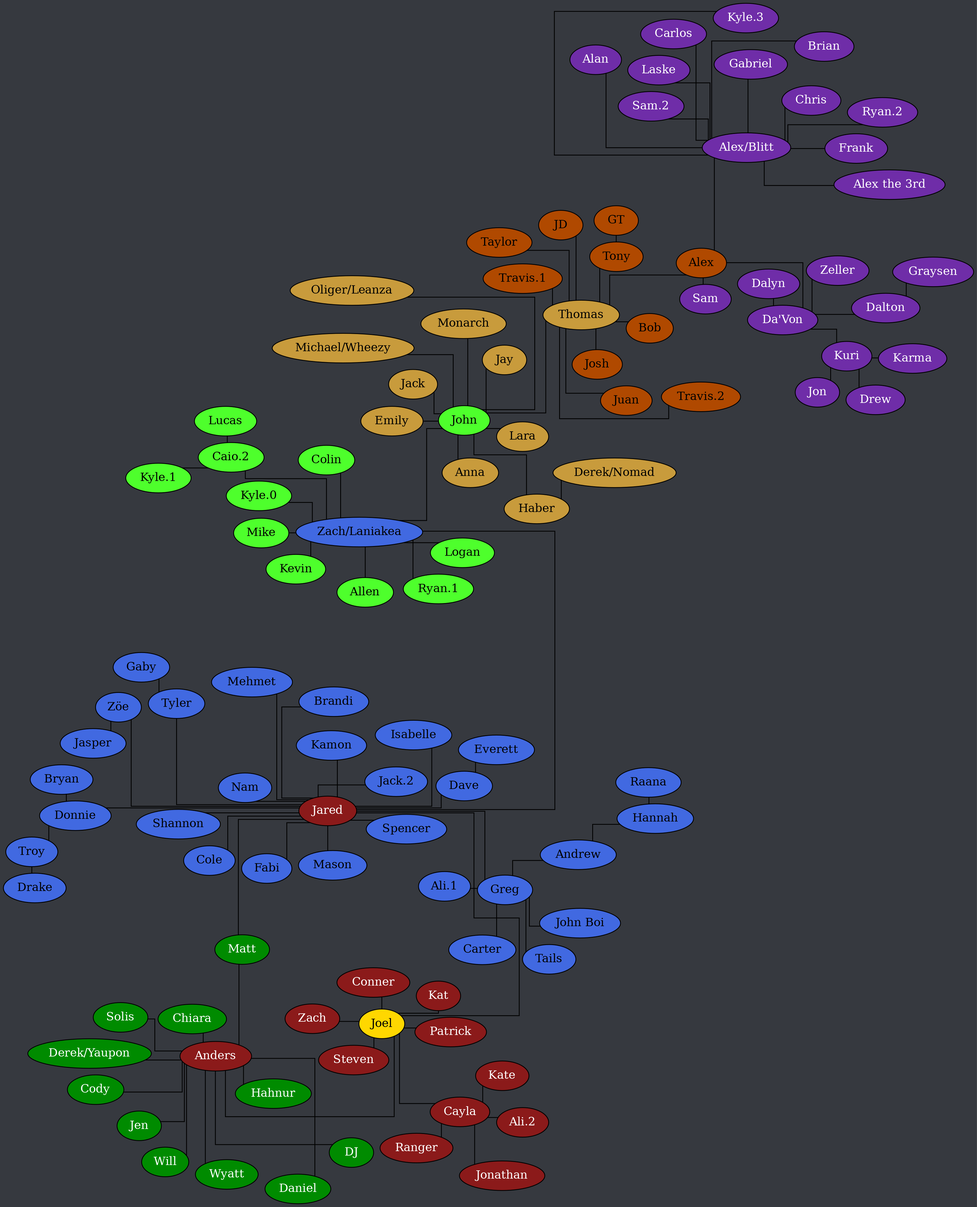
The Graphviz diagram tree.png in Documidas/CoronaCatzFamilyTree, before a commit. Its source is kept beside it as tree.dot.
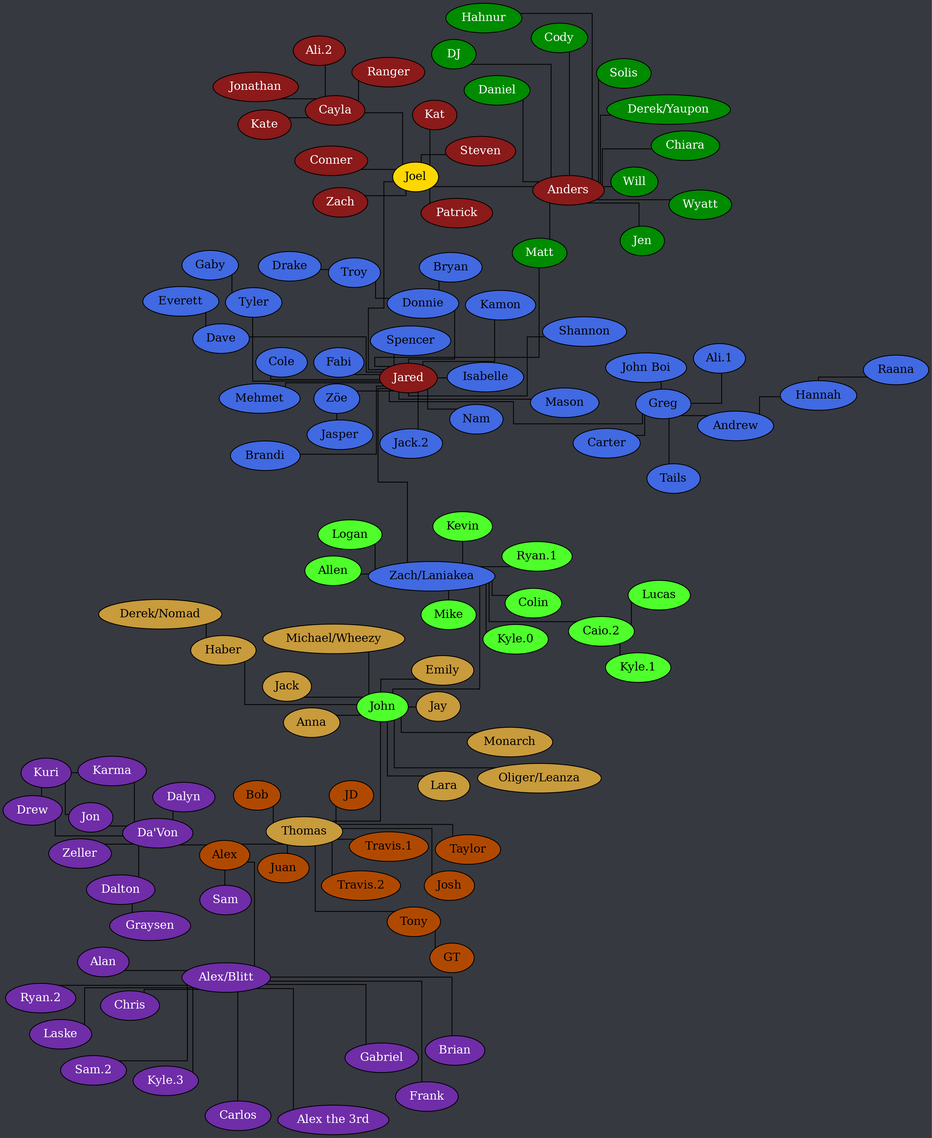
The same file after the commit.

Change to the diagram source:
```diff
@@ -152,7 +152,9 @@
 		"Alex/Blitt" -- "Sam.2";
 		"Da'Von" -- Dalton;
 		"Da'Von" -- Dalyn;
-		"Da'Von" -- Kuri;
+		"Da'Von" -- Drew;
+		"Da'Von" -- Jon;
+		"Da'Von" -- Karma;
 		"Da'Von" -- Zeller;
 		Dalton -- Graysen;
 		Kuri -- Drew;
```
